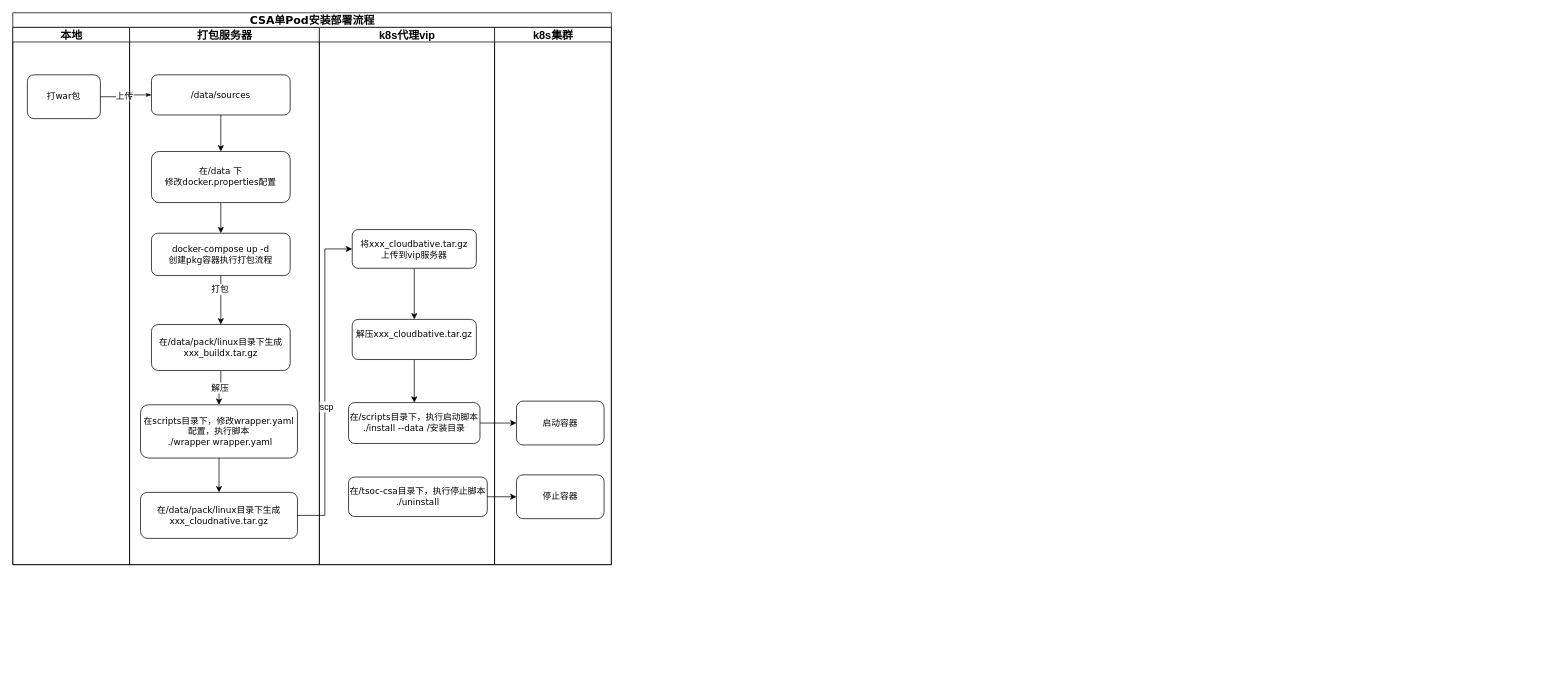
The draw.io diagram 未命名绘图.drawio in zuohengfeng/draw.io, before the edit. Source tidied: cells renumbered, new cells numbered last; positions are measured from the earlier drawing's top-left corner, leaving out a move shared by most shapes. Both pictures are drawn from the tidied source at 73%, with x=0, y=0 at pixel (12, 12).
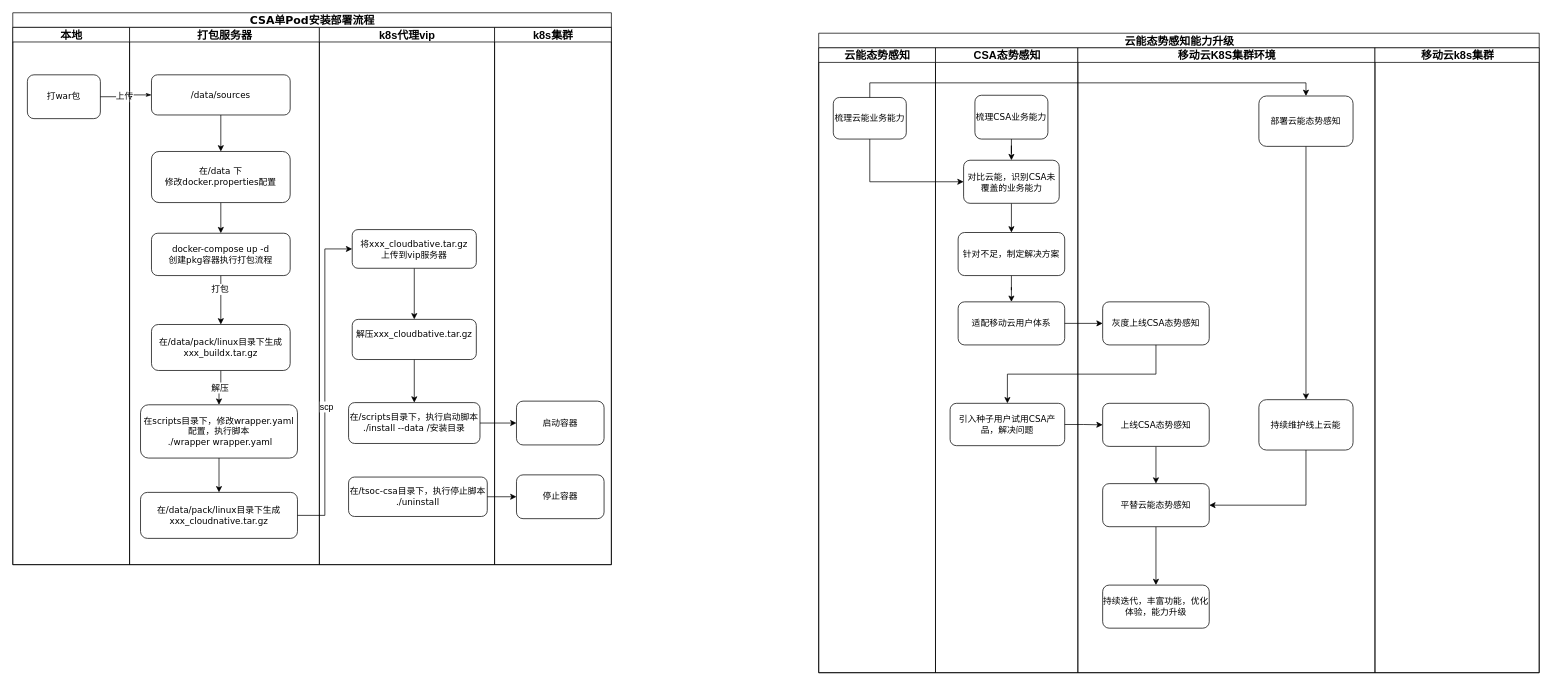
After the change.

Commit message:
未命名绘图.drawio

Change to the diagram source:
```diff
@@
+    <mxCell id="38" value="&lt;font style=&quot;font-size: 15px;&quot;&gt;云能态势感知能力升级&lt;/font&gt;" style="swimlane;html=1;startSize=20;rounded=0;shadow=0;labelBackgroundColor=none;strokeWidth=1;fontFamily=Verdana;fontSize=8;align=center;" parent="1" vertex="1">
+      <mxGeometry x="1104" y="28" width="987" height="876" as="geometry" />
+    </mxCell>
+    <mxCell id="39" value="&lt;font style=&quot;font-size: 15px;&quot;&gt;云能态势感知&lt;/font&gt;" style="swimlane;html=1;startSize=20;" parent="38" vertex="1">
+      <mxGeometry y="20" width="160" height="856" as="geometry" />
+    </mxCell>
+    <mxCell id="40" value="梳理云能业务能力" style="rounded=1;whiteSpace=wrap;html=1;shadow=0;labelBackgroundColor=none;strokeWidth=1;fontFamily=Verdana;fontSize=12;align=center;" parent="39" vertex="1">
+      <mxGeometry x="20" y="68" width="100" height="57" as="geometry" />
+    </mxCell>
+    <mxCell id="41" style="edgeStyle=orthogonalEdgeStyle;rounded=1;html=1;labelBackgroundColor=none;startArrow=none;startFill=0;startSize=5;endArrow=classicThin;endFill=1;endSize=5;jettySize=auto;orthogonalLoop=1;strokeWidth=1;fontFamily=Verdana;fontSize=8;" parent="38" edge="1">
+      <mxGeometry relative="1" as="geometry">
+        <mxPoint x="510" y="290" as="targetPoint" />
+      </mxGeometry>
+    </mxCell>
+    <mxCell id="42" value="&lt;font style=&quot;font-size: 15px;&quot;&gt;CSA态势感知&lt;/font&gt;" style="swimlane;html=1;startSize=20;" parent="38" vertex="1">
+      <mxGeometry x="160" y="20" width="195" height="856" as="geometry" />
+    </mxCell>
+    <mxCell id="43" style="edgeStyle=orthogonalEdgeStyle;rounded=0;jettySize=auto;html=1;" parent="42" edge="1" source="44" target="46">
+      <mxGeometry relative="1" as="geometry" />
+    </mxCell>
+    <mxCell id="44" value="梳理CSA业务能力" style="rounded=1;whiteSpace=wrap;html=1;shadow=0;labelBackgroundColor=none;strokeWidth=1;fontFamily=Verdana;fontSize=12;align=center;" parent="42" vertex="1">
+      <mxGeometry x="54" y="65" width="100" height="60" as="geometry" />
+    </mxCell>
+    <mxCell id="45" style="edgeStyle=orthogonalEdgeStyle;rounded=0;jettySize=auto;html=1;" parent="42" edge="1" source="46" target="48">
+      <mxGeometry relative="1" as="geometry" />
+    </mxCell>
+    <mxCell id="46" value="对比云能，识别CSA未覆盖的业务能力" style="rounded=1;whiteSpace=wrap;html=1;shadow=0;labelBackgroundColor=none;strokeWidth=1;fontFamily=Verdana;fontSize=12;align=center;" parent="42" vertex="1">
+      <mxGeometry x="38.5" y="154" width="131" height="59" as="geometry" />
+    </mxCell>
+    <mxCell id="47" style="edgeStyle=orthogonalEdgeStyle;rounded=0;jettySize=auto;html=1;" parent="42" edge="1" source="48" target="49">
+      <mxGeometry relative="1" as="geometry" />
+    </mxCell>
+    <mxCell id="48" value="针对不足，制定解决方案" style="rounded=1;whiteSpace=wrap;html=1;shadow=0;labelBackgroundColor=none;strokeWidth=1;fontFamily=Verdana;fontSize=12;align=center;" parent="42" vertex="1">
+      <mxGeometry x="31" y="253" width="146" height="59" as="geometry" />
+    </mxCell>
+    <mxCell id="49" value="适配移动云用户体系" style="rounded=1;whiteSpace=wrap;html=1;shadow=0;labelBackgroundColor=none;strokeWidth=1;fontFamily=Verdana;fontSize=12;align=center;" parent="42" vertex="1">
+      <mxGeometry x="31" y="348" width="146" height="59" as="geometry" />
+    </mxCell>
+    <mxCell id="50" value="引入种子用户试用CSA产品，解决问题" style="rounded=1;whiteSpace=wrap;html=1;shadow=0;labelBackgroundColor=none;strokeWidth=1;fontFamily=Verdana;fontSize=12;align=center;" parent="42" vertex="1">
+      <mxGeometry x="20" y="487" width="157" height="58" as="geometry" />
+    </mxCell>
+    <mxCell id="51" value="&lt;font style=&quot;font-size: 15px;&quot;&gt;移动云K8S集群环境&lt;/font&gt;" style="swimlane;html=1;startSize=20;" parent="38" vertex="1">
+      <mxGeometry x="355" y="20" width="407" height="856" as="geometry" />
+    </mxCell>
+    <mxCell id="52" style="edgeStyle=orthogonalEdgeStyle;rounded=1;html=1;labelBackgroundColor=none;startArrow=none;startFill=0;startSize=5;endArrow=classicThin;endFill=1;endSize=5;jettySize=auto;orthogonalLoop=1;strokeWidth=1;fontFamily=Verdana;fontSize=8;" parent="51" edge="1">
+      <mxGeometry relative="1" as="geometry">
+        <mxPoint x="80" y="240" as="targetPoint" />
+      </mxGeometry>
+    </mxCell>
+    <mxCell id="53" value="灰度上线CSA态势感知" style="rounded=1;whiteSpace=wrap;html=1;shadow=0;labelBackgroundColor=none;strokeWidth=1;fontFamily=Verdana;fontSize=12;align=center;" parent="51" vertex="1">
+      <mxGeometry x="34" y="348" width="146" height="59" as="geometry" />
+    </mxCell>
+    <mxCell id="54" style="edgeStyle=orthogonalEdgeStyle;rounded=0;jettySize=auto;html=1;" parent="51" edge="1" source="55" target="61">
+      <mxGeometry relative="1" as="geometry" />
+    </mxCell>
+    <mxCell id="55" value="部署云能态势感知" style="rounded=1;whiteSpace=wrap;html=1;shadow=0;labelBackgroundColor=none;strokeWidth=1;fontFamily=Verdana;fontSize=12;align=center;" parent="51" vertex="1">
+      <mxGeometry x="248" y="66" width="129" height="69" as="geometry" />
+    </mxCell>
+    <mxCell id="56" style="edgeStyle=orthogonalEdgeStyle;rounded=0;jettySize=auto;html=1;" parent="51" edge="1" source="57" target="59">
+      <mxGeometry relative="1" as="geometry" />
+    </mxCell>
+    <mxCell id="57" value="上线CSA态势感知" style="rounded=1;whiteSpace=wrap;html=1;shadow=0;labelBackgroundColor=none;strokeWidth=1;fontFamily=Verdana;fontSize=12;align=center;" parent="51" vertex="1">
+      <mxGeometry x="34" y="487" width="146" height="59" as="geometry" />
+    </mxCell>
+    <mxCell id="58" style="edgeStyle=orthogonalEdgeStyle;rounded=0;jettySize=auto;html=1;" parent="51" edge="1" source="59" target="62">
+      <mxGeometry relative="1" as="geometry" />
+    </mxCell>
+    <mxCell id="59" value="平替云能态势感知" style="rounded=1;whiteSpace=wrap;html=1;shadow=0;labelBackgroundColor=none;strokeWidth=1;fontFamily=Verdana;fontSize=12;align=center;" parent="51" vertex="1">
+      <mxGeometry x="34" y="597" width="146" height="59" as="geometry" />
+    </mxCell>
+    <mxCell id="60" style="edgeStyle=orthogonalEdgeStyle;rounded=0;jettySize=auto;html=1;exitX=0.5;exitY=1;exitDx=0;exitDy=0;entryX=1;entryY=0.5;entryDx=0;entryDy=0;" parent="51" edge="1" source="61" target="59">
+      <mxGeometry relative="1" as="geometry" />
+    </mxCell>
+    <mxCell id="61" value="持续维护线上云能" style="rounded=1;whiteSpace=wrap;html=1;shadow=0;labelBackgroundColor=none;strokeWidth=1;fontFamily=Verdana;fontSize=12;align=center;" parent="51" vertex="1">
+      <mxGeometry x="248" y="482" width="129" height="69" as="geometry" />
+    </mxCell>
+    <mxCell id="62" value="持续迭代，丰富功能，优化体验，能力升级" style="rounded=1;whiteSpace=wrap;html=1;shadow=0;labelBackgroundColor=none;strokeWidth=1;fontFamily=Verdana;fontSize=12;align=center;" parent="51" vertex="1">
+      <mxGeometry x="34" y="736" width="146" height="59" as="geometry" />
+    </mxCell>
+    <mxCell id="63" value="&lt;font style=&quot;font-size: 15px;&quot;&gt;移动云k8s集群&lt;/font&gt;" style="swimlane;html=1;startSize=20;" parent="38" vertex="1">
+      <mxGeometry x="762" y="20" width="225" height="856" as="geometry" />
+    </mxCell>
+    <mxCell id="64" style="edgeStyle=orthogonalEdgeStyle;rounded=1;html=1;labelBackgroundColor=none;startArrow=none;startFill=0;startSize=5;endArrow=classicThin;endFill=1;endSize=5;jettySize=auto;orthogonalLoop=1;strokeColor=#000000;strokeWidth=1;fontFamily=Verdana;fontSize=8;fontColor=#000000;" parent="63" edge="1">
+      <mxGeometry relative="1" as="geometry">
+        <mxPoint x="80" y="320" as="targetPoint" />
+      </mxGeometry>
+    </mxCell>
+    <mxCell id="65" style="edgeStyle=orthogonalEdgeStyle;rounded=1;html=1;labelBackgroundColor=none;startArrow=none;startFill=0;startSize=5;endArrow=classicThin;endFill=1;endSize=5;jettySize=auto;orthogonalLoop=1;strokeWidth=1;fontFamily=Verdana;fontSize=8;" parent="63" edge="1">
+      <mxGeometry relative="1" as="geometry">
+        <mxPoint x="80" y="400" as="targetPoint" />
+      </mxGeometry>
+    </mxCell>
+    <mxCell id="66" style="edgeStyle=orthogonalEdgeStyle;rounded=0;jettySize=auto;html=1;exitX=0.5;exitY=1;exitDx=0;exitDy=0;entryX=0;entryY=0.5;entryDx=0;entryDy=0;" parent="38" edge="1" source="40" target="46">
+      <mxGeometry relative="1" as="geometry" />
+    </mxCell>
+    <mxCell id="67" style="edgeStyle=orthogonalEdgeStyle;rounded=0;jettySize=auto;html=1;exitX=1;exitY=0.5;exitDx=0;exitDy=0;entryX=0;entryY=0.5;entryDx=0;entryDy=0;" parent="38" edge="1" source="49" target="53">
+      <mxGeometry relative="1" as="geometry" />
+    </mxCell>
+    <mxCell id="68" style="edgeStyle=orthogonalEdgeStyle;rounded=0;jettySize=auto;html=1;exitX=0.5;exitY=1;exitDx=0;exitDy=0;" parent="38" edge="1" source="53" target="50">
+      <mxGeometry relative="1" as="geometry" />
+    </mxCell>
+    <mxCell id="69" style="edgeStyle=orthogonalEdgeStyle;rounded=0;jettySize=auto;html=1;exitX=1;exitY=0.5;exitDx=0;exitDy=0;entryX=0;entryY=0.5;entryDx=0;entryDy=0;" parent="38" edge="1" source="50" target="57">
+      <mxGeometry relative="1" as="geometry" />
+    </mxCell>
+    <mxCell id="70" style="edgeStyle=orthogonalEdgeStyle;rounded=0;jettySize=auto;html=1;exitX=0.5;exitY=0;exitDx=0;exitDy=0;entryX=0.5;entryY=0;entryDx=0;entryDy=0;" parent="38" edge="1" source="40" target="55">
+      <mxGeometry relative="1" as="geometry" />
+    </mxCell>
```
